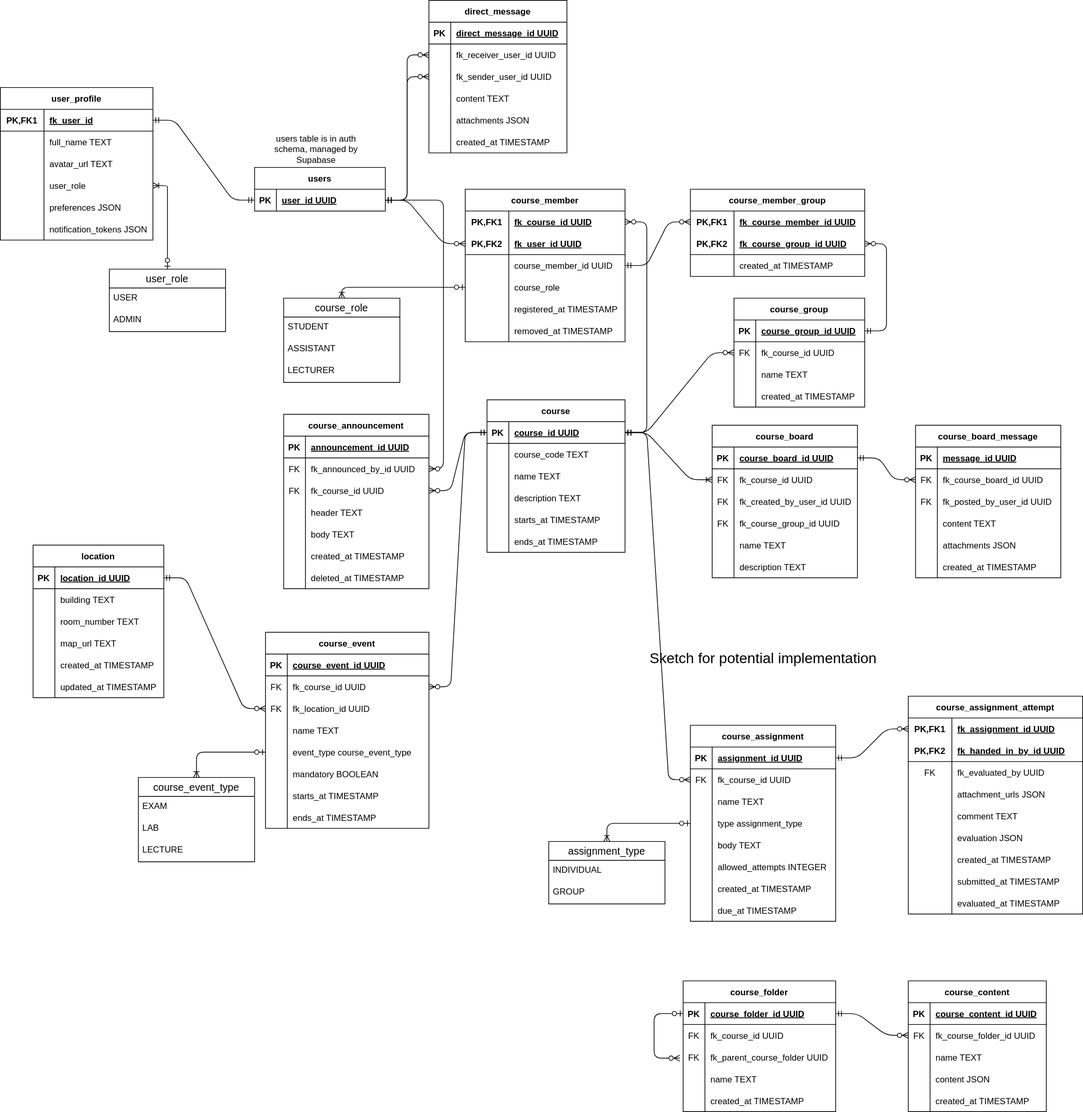
Earlier version of the draw.io export docs/diagrams/er-diagram.drawio.svg (thedatasnok/idata2503-project). Source tidied: cells renumbered, new cells last; positions are measured from the earlier drawing's top-left corner, leaving out a move shared by most shapes.
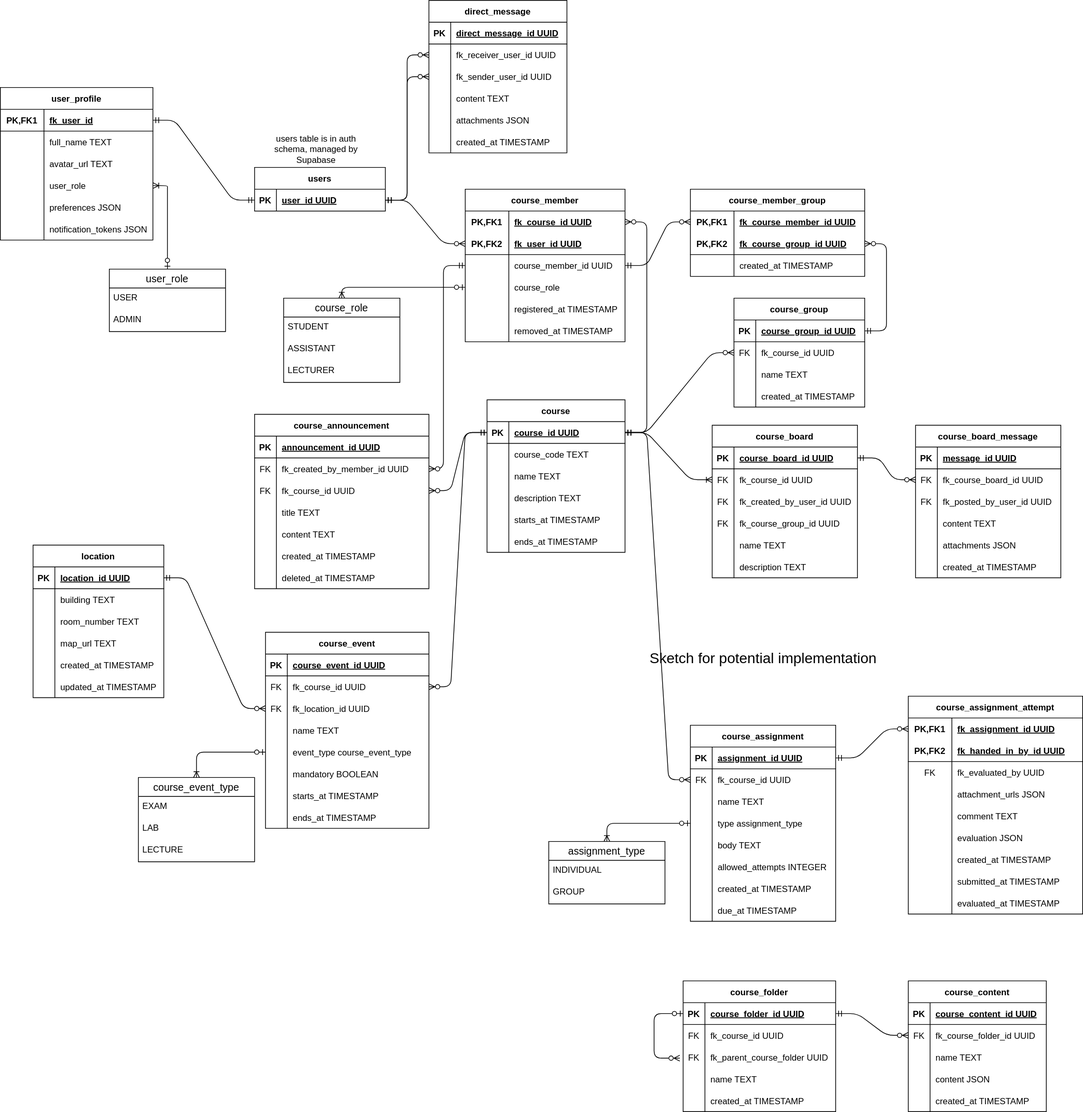
The same file after the commit.

Commit message:
docs: update column names to align with created tables

Change to the diagram source:
```diff
@@ -152,78 +152,78 @@
       <mxGeometry relative="1" as="geometry" />
     </mxCell>
     <mxCell id="50" value="course_announcement" style="shape=table;startSize=30;rowLines=0;fontStyle=1;align=center;" parent="1" vertex="1">
-      <mxGeometry x="390" y="570" width="200" height="240" as="geometry" />
+      <mxGeometry x="350" y="570" width="240" height="240" as="geometry" />
     </mxCell>
     <mxCell id="51" style="shape=tableRow;horizontal=0;startSize=0;swimlaneHead=0;swimlaneBody=0;fillColor=none;top=0;left=0;right=0;bottom=1;" parent="50" vertex="1">
-      <mxGeometry y="30" width="200" height="30" as="geometry" />
+      <mxGeometry y="30" width="240" height="30" as="geometry" />
     </mxCell>
     <mxCell id="52" value="PK" style="shape=partialRectangle;fillColor=none;top=0;left=0;bottom=0;right=0;fontStyle=1;overflow=hidden;" parent="51" vertex="1">
       <mxGeometry width="30" height="30" as="geometry" />
     </mxCell>
     <mxCell id="53" value="announcement_id UUID" style="shape=partialRectangle;fillColor=none;top=0;left=0;bottom=0;right=0;align=left;spacingLeft=6;fontStyle=5;overflow=hidden;" parent="51" vertex="1">
-      <mxGeometry x="30" width="170" height="30" as="geometry" />
+      <mxGeometry x="30" width="210" height="30" as="geometry" />
     </mxCell>
     <mxCell id="54" style="shape=tableRow;horizontal=0;startSize=0;swimlaneHead=0;swimlaneBody=0;fillColor=none;points=[[0,0.5],[1,0.5]];portConstraint=eastwest;top=0;left=0;right=0;bottom=0;" parent="50" vertex="1">
-      <mxGeometry y="60" width="200" height="30" as="geometry" />
+      <mxGeometry y="60" width="240" height="30" as="geometry" />
     </mxCell>
     <mxCell id="55" value="FK" style="shape=partialRectangle;fillColor=none;top=0;left=0;bottom=0;right=0;fontStyle=0;overflow=hidden;" parent="54" vertex="1">
       <mxGeometry width="30" height="30" as="geometry" />
     </mxCell>
-    <mxCell id="56" value="fk_announced_by_id UUID" style="shape=partialRectangle;fillColor=none;top=0;left=0;bottom=0;right=0;align=left;spacingLeft=6;fontStyle=0;overflow=hidden;" parent="54" vertex="1">
-      <mxGeometry x="30" width="170" height="30" as="geometry" />
+    <mxCell id="56" value="fk_created_by_member_id UUID" style="shape=partialRectangle;fillColor=none;top=0;left=0;bottom=0;right=0;align=left;spacingLeft=6;fontStyle=0;overflow=hidden;" parent="54" vertex="1">
+      <mxGeometry x="30" width="210" height="30" as="geometry" />
     </mxCell>
     <mxCell id="57" style="shape=tableRow;horizontal=0;startSize=0;swimlaneHead=0;swimlaneBody=0;fillColor=none;points=[[0,0.5],[1,0.5]];portConstraint=eastwest;top=0;left=0;right=0;bottom=0;" parent="50" vertex="1">
-      <mxGeometry y="90" width="200" height="30" as="geometry" />
+      <mxGeometry y="90" width="240" height="30" as="geometry" />
     </mxCell>
     <mxCell id="58" value="FK" style="shape=partialRectangle;fillColor=none;top=0;left=0;bottom=0;right=0;fontStyle=0;overflow=hidden;" parent="57" vertex="1">
       <mxGeometry width="30" height="30" as="geometry" />
     </mxCell>
     <mxCell id="59" value="fk_course_id UUID" style="shape=partialRectangle;fillColor=none;top=0;left=0;bottom=0;right=0;align=left;spacingLeft=6;fontStyle=0;overflow=hidden;" parent="57" vertex="1">
-      <mxGeometry x="30" width="170" height="30" as="geometry" />
+      <mxGeometry x="30" width="210" height="30" as="geometry" />
     </mxCell>
     <mxCell id="60" style="shape=tableRow;horizontal=0;startSize=0;swimlaneHead=0;swimlaneBody=0;fillColor=none;top=0;left=0;right=0;bottom=0;" parent="50" vertex="1">
-      <mxGeometry y="120" width="200" height="30" as="geometry" />
+      <mxGeometry y="120" width="240" height="30" as="geometry" />
     </mxCell>
     <mxCell id="61" style="shape=partialRectangle;fillColor=none;top=0;left=0;bottom=0;right=0;overflow=hidden;" parent="60" vertex="1">
       <mxGeometry width="30" height="30" as="geometry" />
     </mxCell>
-    <mxCell id="62" value="header TEXT" style="shape=partialRectangle;fillColor=none;top=0;left=0;bottom=0;right=0;align=left;spacingLeft=6;overflow=hidden;" parent="60" vertex="1">
-      <mxGeometry x="30" width="170" height="30" as="geometry" />
+    <mxCell id="62" value="title TEXT" style="shape=partialRectangle;fillColor=none;top=0;left=0;bottom=0;right=0;align=left;spacingLeft=6;overflow=hidden;" parent="60" vertex="1">
+      <mxGeometry x="30" width="210" height="30" as="geometry" />
     </mxCell>
     <mxCell id="63" style="shape=tableRow;horizontal=0;startSize=0;swimlaneHead=0;swimlaneBody=0;fillColor=none;top=0;left=0;right=0;bottom=0;" parent="50" vertex="1">
-      <mxGeometry y="150" width="200" height="30" as="geometry" />
+      <mxGeometry y="150" width="240" height="30" as="geometry" />
     </mxCell>
     <mxCell id="64" style="shape=partialRectangle;fillColor=none;top=0;left=0;bottom=0;right=0;overflow=hidden;" parent="63" vertex="1">
       <mxGeometry width="30" height="30" as="geometry" />
     </mxCell>
-    <mxCell id="65" value="body TEXT" style="shape=partialRectangle;fillColor=none;top=0;left=0;bottom=0;right=0;align=left;spacingLeft=6;overflow=hidden;" parent="63" vertex="1">
-      <mxGeometry x="30" width="170" height="30" as="geometry" />
+    <mxCell id="65" value="content TEXT" style="shape=partialRectangle;fillColor=none;top=0;left=0;bottom=0;right=0;align=left;spacingLeft=6;overflow=hidden;" parent="63" vertex="1">
+      <mxGeometry x="30" width="210" height="30" as="geometry" />
     </mxCell>
     <mxCell id="66" style="shape=tableRow;horizontal=0;startSize=0;swimlaneHead=0;swimlaneBody=0;fillColor=none;top=0;left=0;right=0;bottom=0;" parent="50" vertex="1">
-      <mxGeometry y="180" width="200" height="30" as="geometry" />
+      <mxGeometry y="180" width="240" height="30" as="geometry" />
     </mxCell>
     <mxCell id="67" style="shape=partialRectangle;fillColor=none;top=0;left=0;bottom=0;right=0;overflow=hidden;" parent="66" vertex="1">
       <mxGeometry width="30" height="30" as="geometry" />
     </mxCell>
     <mxCell id="68" value="created_at TIMESTAMP" style="shape=partialRectangle;fillColor=none;top=0;left=0;bottom=0;right=0;align=left;spacingLeft=6;overflow=hidden;" parent="66" vertex="1">
-      <mxGeometry x="30" width="170" height="30" as="geometry" />
+      <mxGeometry x="30" width="210" height="30" as="geometry" />
     </mxCell>
     <mxCell id="69" style="shape=tableRow;horizontal=0;startSize=0;swimlaneHead=0;swimlaneBody=0;fillColor=none;top=0;left=0;right=0;bottom=0;" parent="50" vertex="1">
-      <mxGeometry y="210" width="200" height="30" as="geometry" />
+      <mxGeometry y="210" width="240" height="30" as="geometry" />
     </mxCell>
     <mxCell id="70" style="shape=partialRectangle;fillColor=none;top=0;left=0;bottom=0;right=0;overflow=hidden;" parent="69" vertex="1">
       <mxGeometry width="30" height="30" as="geometry" />
     </mxCell>
     <mxCell id="71" value="deleted_at TIMESTAMP" style="shape=partialRectangle;fillColor=none;top=0;left=0;bottom=0;right=0;align=left;spacingLeft=6;overflow=hidden;" parent="69" vertex="1">
-      <mxGeometry x="30" width="170" height="30" as="geometry" />
+      <mxGeometry x="30" width="210" height="30" as="geometry" />
     </mxCell>
     <mxCell id="72" style="edgeStyle=entityRelationEdgeStyle;fontSize=12;html=1;endArrow=ERzeroToMany;startArrow=ERmandOne;exitX=0;exitY=0.5;exitDx=0;exitDy=0;entryX=1;entryY=0.5;entryDx=0;entryDy=0;" parent="1" edge="1" source="11" target="57">
       <mxGeometry relative="1" as="geometry" />
     </mxCell>
-    <mxCell id="73" style="fontSize=12;html=1;endArrow=ERzeroToMany;startArrow=ERmandOne;entryX=1;entryY=0.5;entryDx=0;entryDy=0;edgeStyle=orthogonalEdgeStyle;exitX=1;exitY=0.5;exitDx=0;exitDy=0;" parent="1" edge="1" source="3" target="54">
+    <mxCell id="73" style="fontSize=12;html=1;endArrow=ERzeroToMany;startArrow=ERmandOne;entryX=1;entryY=0.5;entryDx=0;entryDy=0;edgeStyle=orthogonalEdgeStyle;exitX=0;exitY=0.5;exitDx=0;exitDy=0;" parent="1" edge="1" source="36" target="54">
       <mxGeometry relative="1" as="geometry">
         <Array as="points">
-          <mxPoint x="610" y="275" />
+          <mxPoint x="610" y="365" />
           <mxPoint x="610" y="645" />
         </Array>
       </mxGeometry>
```
